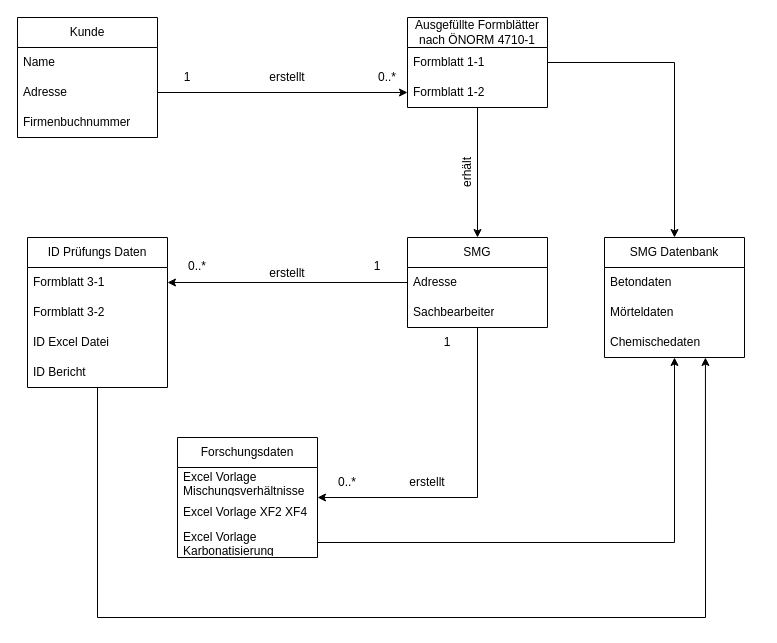
Earlier version of the draw.io diagram Unbenanntes Diagramm.drawio (TManninger-smg/Datenmodellierung). Source tidied: cells renumbered, new cells numbered last; positions are measured from the earlier drawing's top-left corner, leaving out a move shared by most shapes. Both pictures are drawn from the tidied source at 100%, with x=0, y=0 at pixel (17, 17).
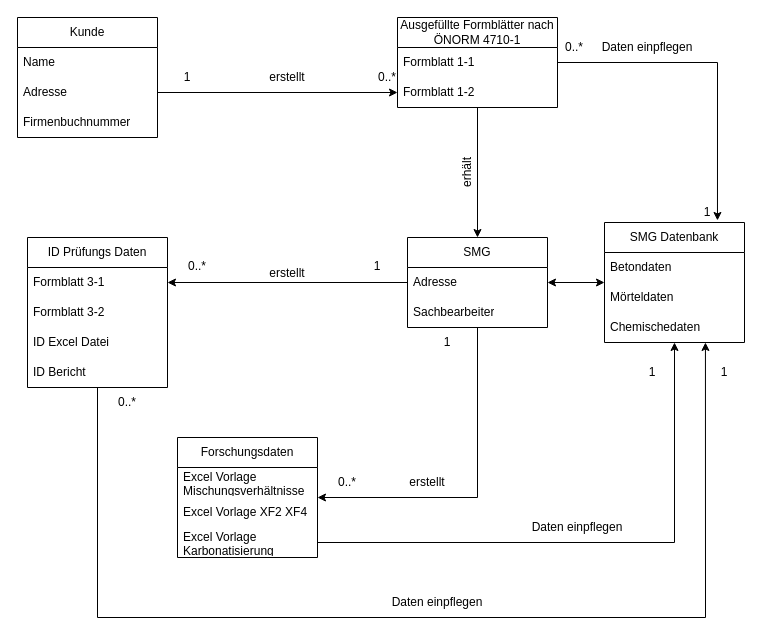
After the change.

The change refers to these unchanged cells:
```xml
<mxCell id="13" value="Adresse" style="text;strokeColor=none;fillColor=none;align=left;verticalAlign=middle;spacingLeft=4;spacingRight=4;overflow=hidden;points=[[0,0.5],[1,0.5]];portConstraint=eastwest;whiteSpace=wrap;html=1;" parent="12" vertex="1">
  <mxGeometry y="30" width="140" height="30" as="geometry" />
</mxCell>
```

Change to the diagram source:
```diff
@@
     <mxCell id="6" value="Ausgefüllte Formblätter nach ÖNORM 4710-1" style="swimlane;fontStyle=0;horizontal=1;startSize=30;whiteSpace=wrap;html=1;" parent="1" vertex="1">
-      <mxGeometry x="390" width="140" height="90" as="geometry" />
+      <mxGeometry x="380" width="160" height="90" as="geometry" />
     </mxCell>
     <mxCell id="7" value="Formblatt 1-1&amp;nbsp;" style="text;strokeColor=none;fillColor=none;align=left;verticalAlign=middle;spacingLeft=4;spacingRight=4;overflow=hidden;whiteSpace=wrap;html=1;" parent="6" vertex="1">
-      <mxGeometry y="30" width="140" height="30" as="geometry" />
+      <mxGeometry y="30" width="160" height="30" as="geometry" />
     </mxCell>
     <mxCell id="8" value="Formblatt 1-2" style="text;strokeColor=none;fillColor=none;align=left;verticalAlign=middle;spacingLeft=4;spacingRight=4;overflow=hidden;points=[[0,0.5],[1,0.5]];portConstraint=eastwest;whiteSpace=wrap;html=1;" parent="6" vertex="1">
-      <mxGeometry y="60" width="140" height="30" as="geometry" />
+      <mxGeometry y="60" width="160" height="30" as="geometry" />
     </mxCell>
@@
     <mxCell id="35" value="SMG Datenbank" style="swimlane;fontStyle=0;horizontal=1;startSize=30;whiteSpace=wrap;html=1;" parent="1" vertex="1">
-      <mxGeometry x="587" y="220" width="140" height="120" as="geometry" />
+      <mxGeometry x="587" y="205" width="140" height="120" as="geometry" />
     </mxCell>
@@
-    <mxCell id="41" style="endArrow=classic;html=1;rounded=0;entryX=0.5;entryY=0;entryDx=0;entryDy=0;" parent="1" edge="1" source="6" target="35">
+    <mxCell id="41" style="endArrow=classic;html=1;rounded=0;entryX=0.807;entryY=-0.017;entryDx=0;entryDy=0;entryPerimeter=0;" parent="1" edge="1" source="6" target="35">
       <mxGeometry relative="1" as="geometry">
         <Array as="points">
-          <mxPoint x="657" y="45" />
+          <mxPoint x="700" y="45" />
         </Array>
       </mxGeometry>
     </mxCell>
+    <mxCell id="42" value="Daten einpflegen" style="text;html=1;align=center;verticalAlign=middle;whiteSpace=wrap;rounded=0;" parent="1" vertex="1">
+      <mxGeometry x="570" y="15" width="120" height="30" as="geometry" />
+    </mxCell>
+    <mxCell id="43" value="1" style="text;html=1;align=center;verticalAlign=middle;whiteSpace=wrap;rounded=0;" parent="1" vertex="1">
+      <mxGeometry x="660" y="180" width="60" height="30" as="geometry" />
+    </mxCell>
+    <mxCell id="44" value="0..*" style="text;html=1;align=center;verticalAlign=middle;whiteSpace=wrap;rounded=0;" parent="1" vertex="1">
+      <mxGeometry x="527" y="15" width="60" height="30" as="geometry" />
+    </mxCell>
+    <mxCell id="45" value="Daten einpflegen" style="text;html=1;align=center;verticalAlign=middle;whiteSpace=wrap;rounded=0;" parent="1" vertex="1">
+      <mxGeometry x="500" y="495" width="120" height="30" as="geometry" />
+    </mxCell>
+    <mxCell id="46" value="1" style="text;html=1;align=center;verticalAlign=middle;whiteSpace=wrap;rounded=0;" parent="1" vertex="1">
+      <mxGeometry x="600" y="340" width="70" height="30" as="geometry" />
+    </mxCell>
+    <mxCell id="47" value="1" style="text;html=1;align=center;verticalAlign=middle;whiteSpace=wrap;rounded=0;" parent="1" vertex="1">
+      <mxGeometry x="672" y="340" width="70" height="30" as="geometry" />
+    </mxCell>
+    <mxCell id="48" value="Daten einpflegen" style="text;html=1;align=center;verticalAlign=middle;whiteSpace=wrap;rounded=0;" parent="1" vertex="1">
+      <mxGeometry x="360" y="570" width="120" height="30" as="geometry" />
+    </mxCell>
+    <mxCell id="49" value="0..*" style="text;html=1;align=center;verticalAlign=middle;whiteSpace=wrap;rounded=0;" parent="1" vertex="1">
+      <mxGeometry x="80" y="370" width="60" height="30" as="geometry" />
+    </mxCell>
+    <mxCell id="50" style="endArrow=classic;startArrow=classic;html=1;rounded=0;exitX=1;exitY=0.5;exitDx=0;exitDy=0;" parent="1" edge="1" source="13" target="35">
+      <mxGeometry relative="1" as="geometry" />
+    </mxCell>
```
